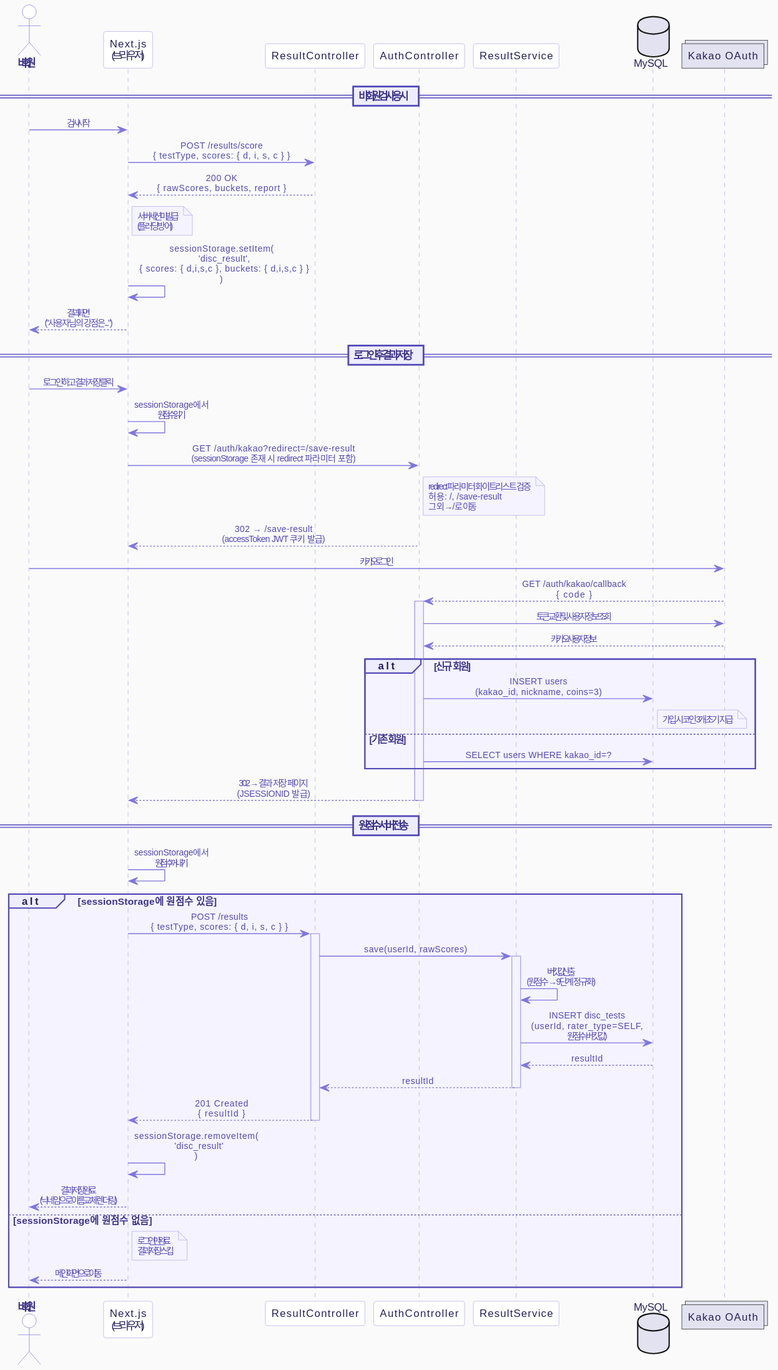
Before: docs/images/MyCPT_Sequence_GuestToMember.svg, a diagram exported from PlantUML (Yush1nk1m/MyCPT).
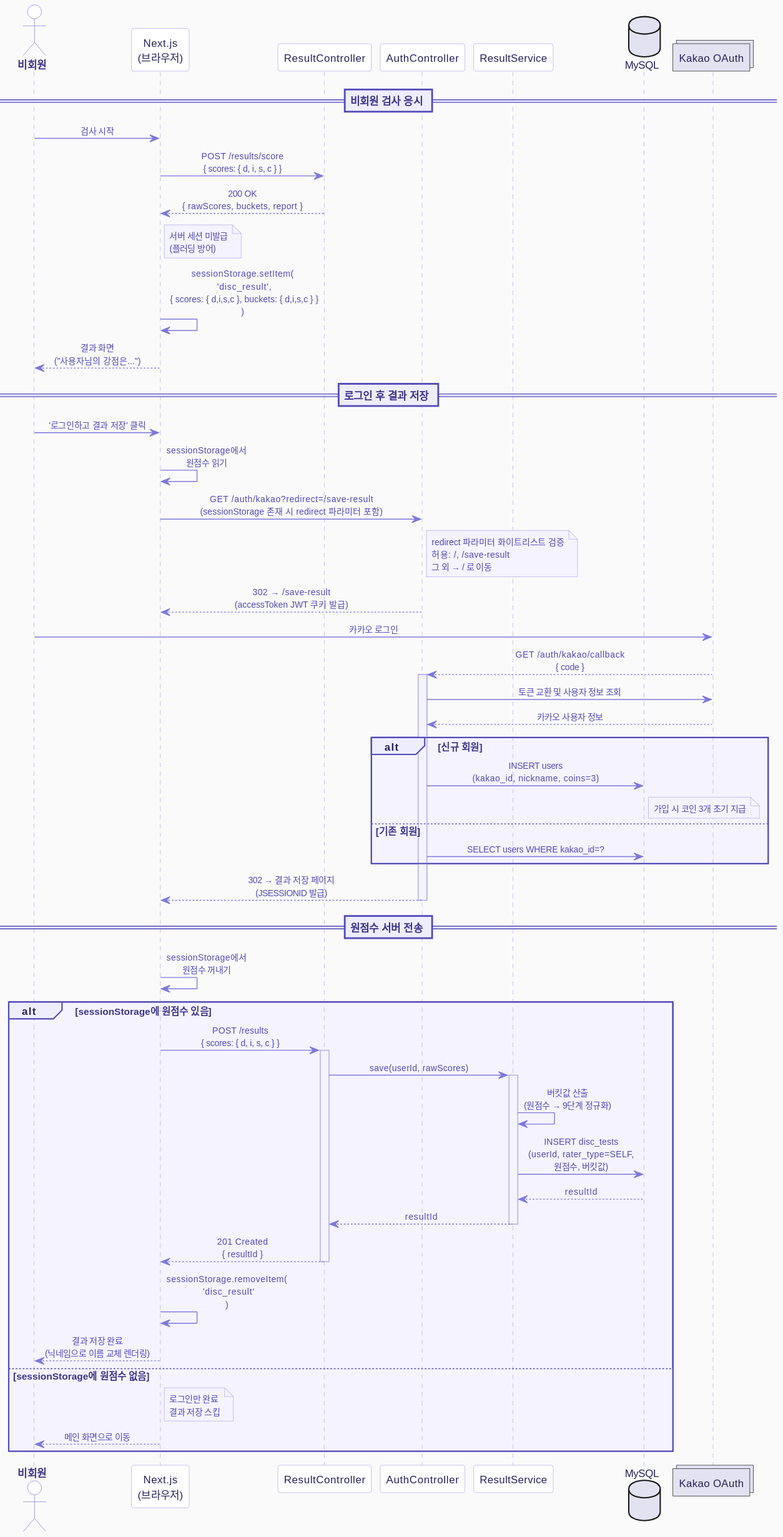
After the commit.

Commit message:
Refactor / Docs: TestType 필드 관련 리팩터링 수행 / 개발 문서 수정

What changed in the source:
```diff
@@ -54,7 +54,7 @@
 == 비회원 검사 응시 ==
 
 Guest -> Client : 검사 시작
-Client -> ResultCtrl : POST /results/score\n{ testType, scores: { d, i, s, c } }
+Client -> ResultCtrl : POST /results/score\n{ scores: { d, i, s, c } }
 ResultCtrl --> Client : 200 OK\n{ rawScores, buckets, report }
 
 note right of Client
@@ -103,7 +103,7 @@
 Client -> Client : sessionStorage에서\n원점수 꺼내기
 
 alt sessionStorage에 원점수 있음
-  Client -> ResultCtrl : POST /results\n{ testType, scores: { d, i, s, c } }
+  Client -> ResultCtrl : POST /results\n{ scores: { d, i, s, c } }
   activate ResultCtrl
 
   ResultCtrl -> ResultSvc : save(userId, rawScores)
```
